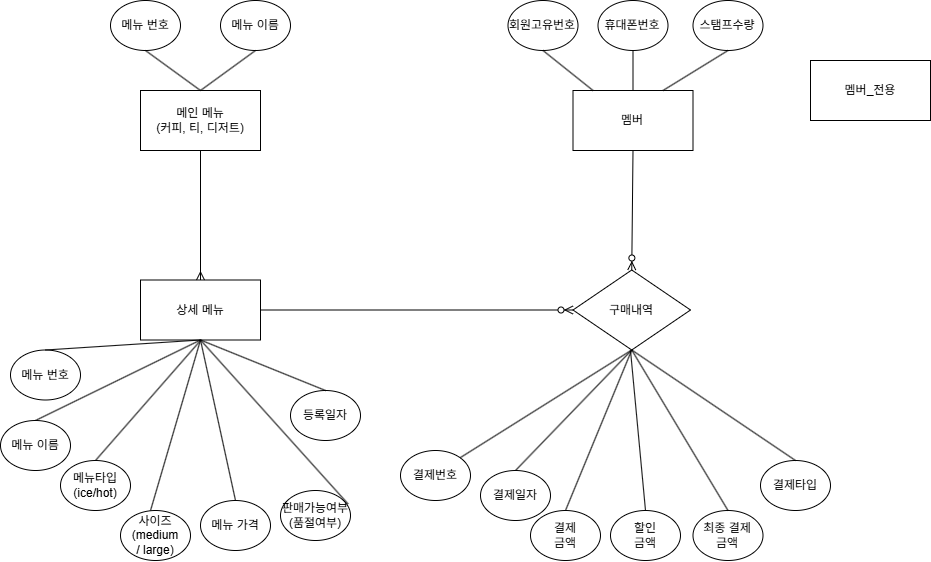
The draw.io diagram docs/03_개념적모델링.png in 2605-training-team01/project01, before a commit. Source tidied: cells renumbered, new cells last; positions are measured from the earlier drawing's top-left corner, leaving out a move shared by most shapes.
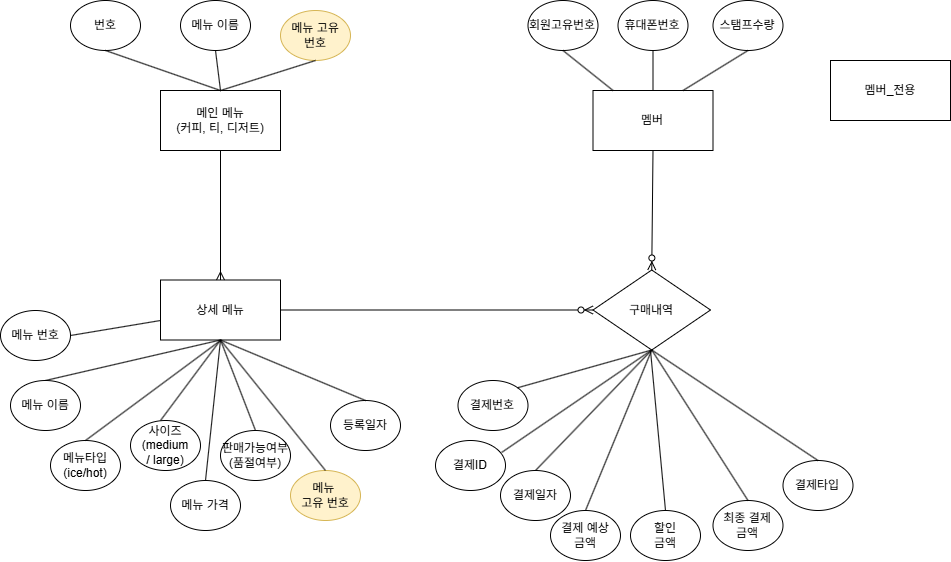
After the commit.

Commit message:
개념적모델링_업데이트

What changed in the source:
```diff
@@ -5,11 +5,11 @@
     <mxCell id="2" value="메인 메뉴&lt;br&gt;(커피, 티, 디저트)" style="rounded=0;whiteSpace=wrap;html=1;" parent="1" vertex="1">
       <mxGeometry x="140" y="90" width="120" height="60" as="geometry" />
     </mxCell>
-    <mxCell id="3" value="메뉴 번호" style="ellipse;whiteSpace=wrap;html=1;rounded=0;" parent="1" vertex="1">
-      <mxGeometry x="110" width="70" height="50" as="geometry" />
+    <mxCell id="3" value="&lt;div&gt;번호&lt;/div&gt;" style="ellipse;whiteSpace=wrap;html=1;rounded=0;" parent="1" vertex="1">
+      <mxGeometry x="50" width="70" height="50" as="geometry" />
     </mxCell>
     <mxCell id="4" value="메뉴 이름" style="ellipse;whiteSpace=wrap;html=1;rounded=0;" parent="1" vertex="1">
-      <mxGeometry x="220" width="70" height="50" as="geometry" />
+      <mxGeometry x="160" width="70" height="50" as="geometry" />
     </mxCell>
     <mxCell id="5" value="상세 메뉴" style="rounded=0;whiteSpace=wrap;html=1;" parent="1" vertex="1">
       <mxGeometry x="140" y="279.5" width="120" height="60" as="geometry" />
@@ -23,19 +23,19 @@
       </mxGeometry>
     </mxCell>
     <mxCell id="8" value="메뉴 번호" style="ellipse;whiteSpace=wrap;html=1;rounded=0;" parent="1" vertex="1">
-      <mxGeometry x="10" y="349.5" width="70" height="50" as="geometry" />
+      <mxGeometry x="-20" y="310" width="70" height="50" as="geometry" />
     </mxCell>
     <mxCell id="9" value="메뉴 가격" style="ellipse;whiteSpace=wrap;html=1;rounded=0;" parent="1" vertex="1">
-      <mxGeometry x="200" y="500" width="70" height="50" as="geometry" />
+      <mxGeometry x="150" y="480" width="70" height="50" as="geometry" />
     </mxCell>
-    <mxCell id="10" style="endArrow=none;html=1;rounded=0;entryX=0.5;entryY=0;entryDx=0;entryDy=0;exitX=0.5;exitY=1;exitDx=0;exitDy=0;" parent="1" edge="1" source="5" target="8">
+    <mxCell id="10" style="endArrow=none;html=1;rounded=0;entryX=1;entryY=0.5;entryDx=0;entryDy=0;exitX=0;exitY=0.675;exitDx=0;exitDy=0;exitPerimeter=0;" parent="1" edge="1" source="5" target="8">
       <mxGeometry relative="1" as="geometry" />
     </mxCell>
     <mxCell id="11" style="endArrow=none;html=1;rounded=0;exitX=0.5;exitY=1;exitDx=0;exitDy=0;entryX=0.5;entryY=0;entryDx=0;entryDy=0;" parent="1" edge="1" source="5" target="9">
       <mxGeometry relative="1" as="geometry" />
     </mxCell>
     <mxCell id="12" value="등록일자" style="ellipse;whiteSpace=wrap;html=1;rounded=0;" parent="1" vertex="1">
-      <mxGeometry x="290" y="390" width="70" height="50" as="geometry" />
+      <mxGeometry x="310" y="400" width="70" height="50" as="geometry" />
     </mxCell>
     <mxCell id="13" style="endArrow=none;html=1;rounded=0;exitX=0.5;exitY=1;exitDx=0;exitDy=0;entryX=0.5;entryY=0;entryDx=0;entryDy=0;" parent="1" edge="1" source="5" target="12">
       <mxGeometry relative="1" as="geometry" />
@@ -64,14 +64,14 @@
     <mxCell id="21" value="결제일자" style="ellipse;whiteSpace=wrap;html=1;rounded=0;" parent="1" vertex="1">
       <mxGeometry x="480" y="470" width="70" height="50" as="geometry" />
     </mxCell>
-    <mxCell id="22" value="결제&lt;div&gt;금액&lt;/div&gt;" style="ellipse;whiteSpace=wrap;html=1;rounded=0;" parent="1" vertex="1">
+    <mxCell id="22" value="결제 예상&lt;div&gt;금액&lt;/div&gt;" style="ellipse;whiteSpace=wrap;html=1;rounded=0;" parent="1" vertex="1">
       <mxGeometry x="530" y="510" width="70" height="50" as="geometry" />
     </mxCell>
     <mxCell id="23" value="결제번호" style="ellipse;whiteSpace=wrap;html=1;rounded=0;" parent="1" vertex="1">
-      <mxGeometry x="400" y="450" width="70" height="50" as="geometry" />
+      <mxGeometry x="437.5" y="380" width="70" height="50" as="geometry" />
     </mxCell>
     <mxCell id="24" value="결제타입" style="ellipse;whiteSpace=wrap;html=1;rounded=0;" parent="1" vertex="1">
-      <mxGeometry x="760" y="460" width="70" height="50" as="geometry" />
+      <mxGeometry x="762.5" y="460" width="70" height="50" as="geometry" />
     </mxCell>
     <mxCell id="25" style="endArrow=none;html=1;rounded=0;exitX=1;exitY=0;exitDx=0;exitDy=0;entryX=0.5;entryY=1;entryDx=0;entryDy=0;" parent="1" edge="1" source="23" target="34">
       <mxGeometry relative="1" as="geometry" />
@@ -89,7 +89,7 @@
       <mxGeometry relative="1" as="geometry" />
     </mxCell>
     <mxCell id="30" value="메뉴 이름" style="ellipse;whiteSpace=wrap;html=1;rounded=0;" parent="1" vertex="1">
-      <mxGeometry y="420" width="70" height="50" as="geometry" />
+      <mxGeometry x="-10" y="380" width="70" height="50" as="geometry" />
     </mxCell>
     <mxCell id="31" style="fontSize=12;html=1;endArrow=ERzeroToMany;endFill=1;rounded=0;entryX=0;entryY=0.5;entryDx=0;entryDy=0;exitX=1;exitY=0.5;exitDx=0;exitDy=0;" parent="1" edge="1" source="5" target="34">
       <mxGeometry relative="1" as="geometry" />
@@ -110,13 +110,13 @@
       <mxGeometry x="610" y="510" width="70" height="50" as="geometry" />
     </mxCell>
     <mxCell id="37" value="판매가능여부&lt;br&gt;(품절여부)" style="ellipse;whiteSpace=wrap;html=1;rounded=0;" parent="1" vertex="1">
-      <mxGeometry x="280" y="490" width="70" height="50" as="geometry" />
+      <mxGeometry x="200" y="430" width="70" height="50" as="geometry" />
     </mxCell>
-    <mxCell id="38" style="endArrow=none;html=1;rounded=0;entryX=0.966;entryY=0.27;entryDx=0;entryDy=0;exitX=0.5;exitY=1;exitDx=0;exitDy=0;entryPerimeter=0;" parent="1" edge="1" source="5" target="37">
+    <mxCell id="38" style="endArrow=none;html=1;rounded=0;entryX=0.5;entryY=0;entryDx=0;entryDy=0;exitX=0.5;exitY=1;exitDx=0;exitDy=0;" parent="1" edge="1" source="5" target="37">
       <mxGeometry relative="1" as="geometry" />
     </mxCell>
     <mxCell id="39" value="최종 결제&lt;div&gt;금액&lt;/div&gt;" style="ellipse;whiteSpace=wrap;html=1;rounded=0;" parent="1" vertex="1">
-      <mxGeometry x="692.5" y="510" width="70" height="50" as="geometry" />
+      <mxGeometry x="692.5" y="500" width="70" height="50" as="geometry" />
     </mxCell>
     <mxCell id="40" style="endArrow=none;html=1;rounded=0;exitX=0.5;exitY=0;exitDx=0;exitDy=0;" parent="1" edge="1" source="36">
       <mxGeometry relative="1" as="geometry">
@@ -124,10 +124,10 @@
       </mxGeometry>
     </mxCell>
     <mxCell id="41" value="메뉴타입&lt;br&gt;(ice/hot)" style="ellipse;whiteSpace=wrap;html=1;rounded=0;" parent="1" vertex="1">
-      <mxGeometry x="60" y="460" width="70" height="50" as="geometry" />
+      <mxGeometry x="30" y="440" width="70" height="50" as="geometry" />
     </mxCell>
     <mxCell id="42" value="사이즈&lt;br&gt;(medium&lt;div&gt;/ large)&lt;/div&gt;" style="ellipse;whiteSpace=wrap;html=1;rounded=0;" parent="1" vertex="1">
-      <mxGeometry x="120" y="510" width="70" height="50" as="geometry" />
+      <mxGeometry x="110" y="420" width="70" height="50" as="geometry" />
     </mxCell>
     <mxCell id="43" style="endArrow=none;html=1;rounded=0;entryX=0.5;entryY=0;entryDx=0;entryDy=0;" parent="1" edge="1" target="41">
       <mxGeometry relative="1" as="geometry">
@@ -140,5 +140,23 @@
     <mxCell id="45" style="endArrow=none;html=1;rounded=0;exitX=0.5;exitY=0;exitDx=0;exitDy=0;entryX=0.5;entryY=1;entryDx=0;entryDy=0;" parent="1" edge="1" source="39" target="34">
       <mxGeometry relative="1" as="geometry" />
     </mxCell>
+    <mxCell id="46" value="메뉴&amp;nbsp;&lt;div&gt;고유 번호&lt;/div&gt;" style="ellipse;whiteSpace=wrap;html=1;rounded=0;fillColor=#fff2cc;strokeColor=#d6b656;" parent="1" vertex="1">
+      <mxGeometry x="270" y="470" width="70" height="50" as="geometry" />
+    </mxCell>
+    <mxCell id="47" style="endArrow=none;html=1;rounded=0;entryX=0.5;entryY=0;entryDx=0;entryDy=0;exitX=0.5;exitY=1;exitDx=0;exitDy=0;" parent="1" edge="1" source="5" target="46">
+      <mxGeometry relative="1" as="geometry" />
+    </mxCell>
+    <mxCell id="48" value="메뉴 고유&lt;div&gt;번호&lt;/div&gt;" style="ellipse;whiteSpace=wrap;html=1;rounded=0;fillColor=#fff2cc;strokeColor=#d6b656;" parent="1" vertex="1">
+      <mxGeometry x="260" y="10" width="70" height="50" as="geometry" />
+    </mxCell>
+    <mxCell id="49" style="endArrow=none;html=1;rounded=0;entryX=0.5;entryY=1;entryDx=0;entryDy=0;exitX=0.5;exitY=0;exitDx=0;exitDy=0;" parent="1" edge="1" source="2" target="48">
+      <mxGeometry relative="1" as="geometry" />
+    </mxCell>
+    <mxCell id="50" value="결제ID" style="ellipse;whiteSpace=wrap;html=1;rounded=0;" parent="1" vertex="1">
+      <mxGeometry x="415" y="440" width="70" height="50" as="geometry" />
+    </mxCell>
+    <mxCell id="51" style="endArrow=none;html=1;rounded=0;entryX=0.5;entryY=1;entryDx=0;entryDy=0;exitX=0.945;exitY=0.239;exitDx=0;exitDy=0;exitPerimeter=0;" parent="1" edge="1" source="50" target="34">
+      <mxGeometry relative="1" as="geometry" />
+    </mxCell>
   </root>
 </mxGraphModel>
```
